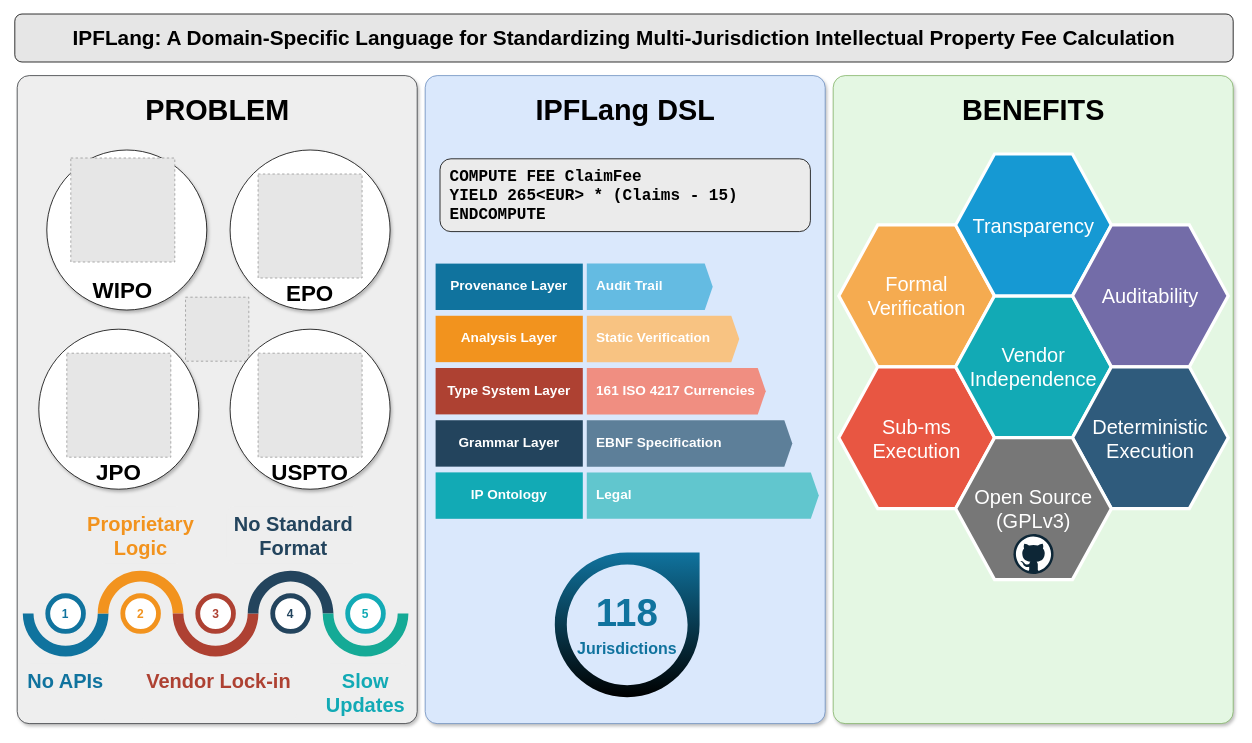
Earlier version of the draw.io diagram article/graphical abstract/IPFLang - Graphical Abstract.drawio (vbocan/IPFLang). Source tidied: cells renumbered, new cells numbered last; positions are measured from the earlier drawing's top-left corner, leaving out a move shared by most shapes. Both pictures are drawn from the tidied source at 80%, with x=0, y=0 at pixel (14, 14). Pictures stored in the file or linked from it are replaced by grey dashed boxes.
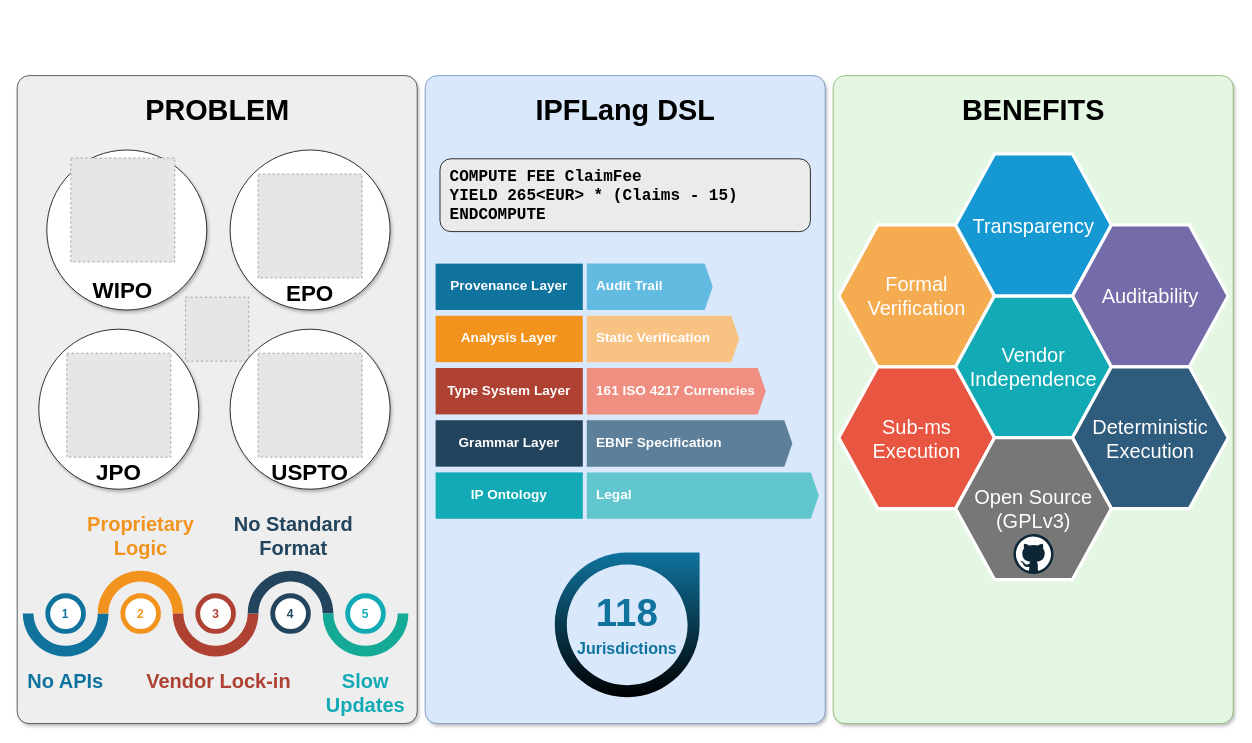
After the change.

Commit message (it also covers changes not shown here):
Remove title from IPFLang graphical abstract

Change to the diagram source:
```diff
@@
-    <mxCell id="5" value="&lt;font face=&quot;Helvetica&quot; style=&quot;font-size: 26px;&quot;&gt;&lt;b style=&quot;line-height: 100%;&quot;&gt;IPFLang: A Domain-Specific Language for Standardizing Multi-Jurisdiction Intellectual Property Fee Calculation&lt;/b&gt;&lt;/font&gt;" style="rounded=1;whiteSpace=wrap;html=1;fillColor=light-dark(#e6e6e6, #ededed);" parent="1" vertex="1">
-      <mxGeometry width="1523" height="60" as="geometry" />
-    </mxCell>
```
